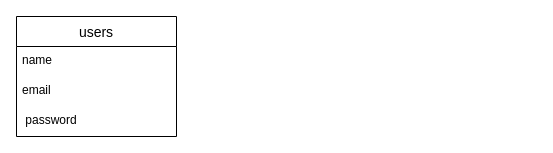
Above: db.dio in ts-0105/furima-40122 (draw.io), before the change. Source tidied: cells renumbered, new cells numbered last; positions are measured from the earlier drawing's top-left corner, leaving out a move shared by most shapes. Both pictures are drawn from the tidied source at 100%, with x=0, y=0 at pixel (16, 16).
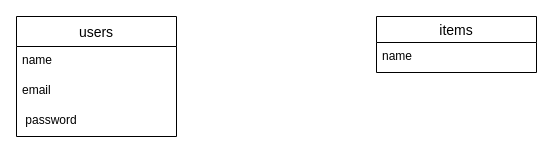
The same page after the edit.

Change to the diagram source:
```diff
@@
 <mxGraphModel>
   <root>
     <mxCell id="0" />
     <mxCell id="1" parent="0" />
     <mxCell id="2" value="users" style="swimlane;fontStyle=0;horizontal=1;startSize=30;align=center;fontSize=14;" parent="1" vertex="1">
       <mxGeometry width="160" height="120" as="geometry" />
     </mxCell>
     <mxCell id="3" value="name" style="text;strokeColor=none;fillColor=none;spacingLeft=4;spacingRight=4;overflow=hidden;fontSize=12;" parent="2" vertex="1">
       <mxGeometry y="30" width="160" height="30" as="geometry" />
     </mxCell>
     <mxCell id="4" value="email" style="text;strokeColor=none;fillColor=none;spacingLeft=4;spacingRight=4;overflow=hidden;fontSize=12;" parent="2" vertex="1">
       <mxGeometry y="60" width="160" height="30" as="geometry" />
     </mxCell>
     <mxCell id="5" value=" password" style="text;strokeColor=none;fillColor=none;spacingLeft=4;spacingRight=4;overflow=hidden;fontSize=12;" parent="2" vertex="1">
       <mxGeometry y="90" width="160" height="30" as="geometry" />
     </mxCell>
+    <mxCell id="6" value="items" style="swimlane;fontStyle=0;horizontal=1;startSize=26;align=center;fontSize=14;" parent="1" vertex="1">
+      <mxGeometry x="360" width="160" height="56" as="geometry" />
+    </mxCell>
+    <mxCell id="7" value="name" style="text;strokeColor=none;fillColor=none;spacingLeft=4;spacingRight=4;overflow=hidden;fontSize=12;" parent="6" vertex="1">
+      <mxGeometry y="26" width="160" height="30" as="geometry" />
+    </mxCell>
   </root>
 </mxGraphModel>
```
